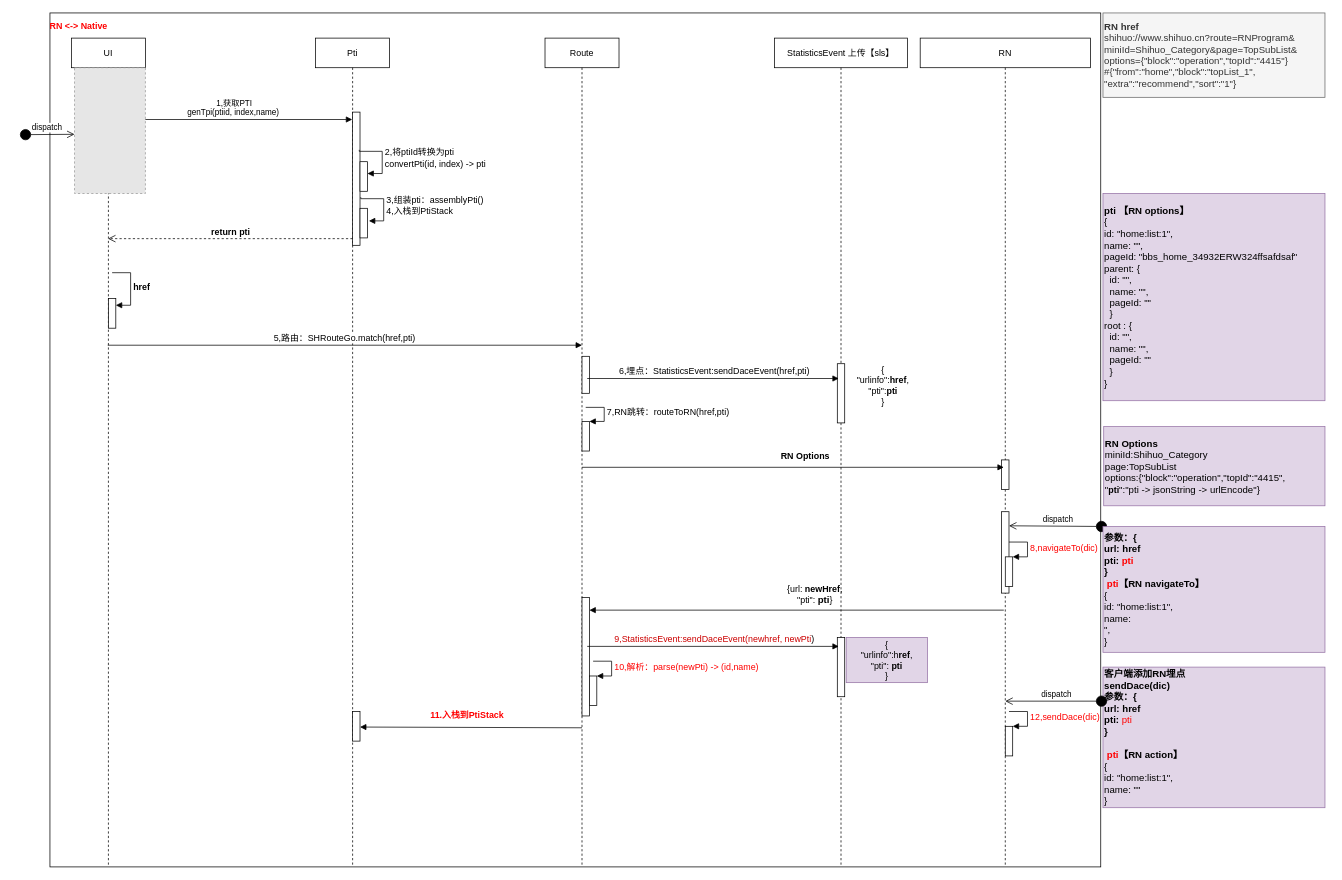
Before: ios客户端埋点方案V2-2.drawio in aiquantong/Hero, a draw.io diagram. Source tidied: cells renumbered, new cells numbered last; positions are measured from the earlier drawing's top-left corner, leaving out a move shared by most shapes. Both pictures are drawn from the tidied source at 74%, with x=0, y=0 at pixel (19, 13). Pictures stored in the file or linked from it are replaced by grey dashed boxes.
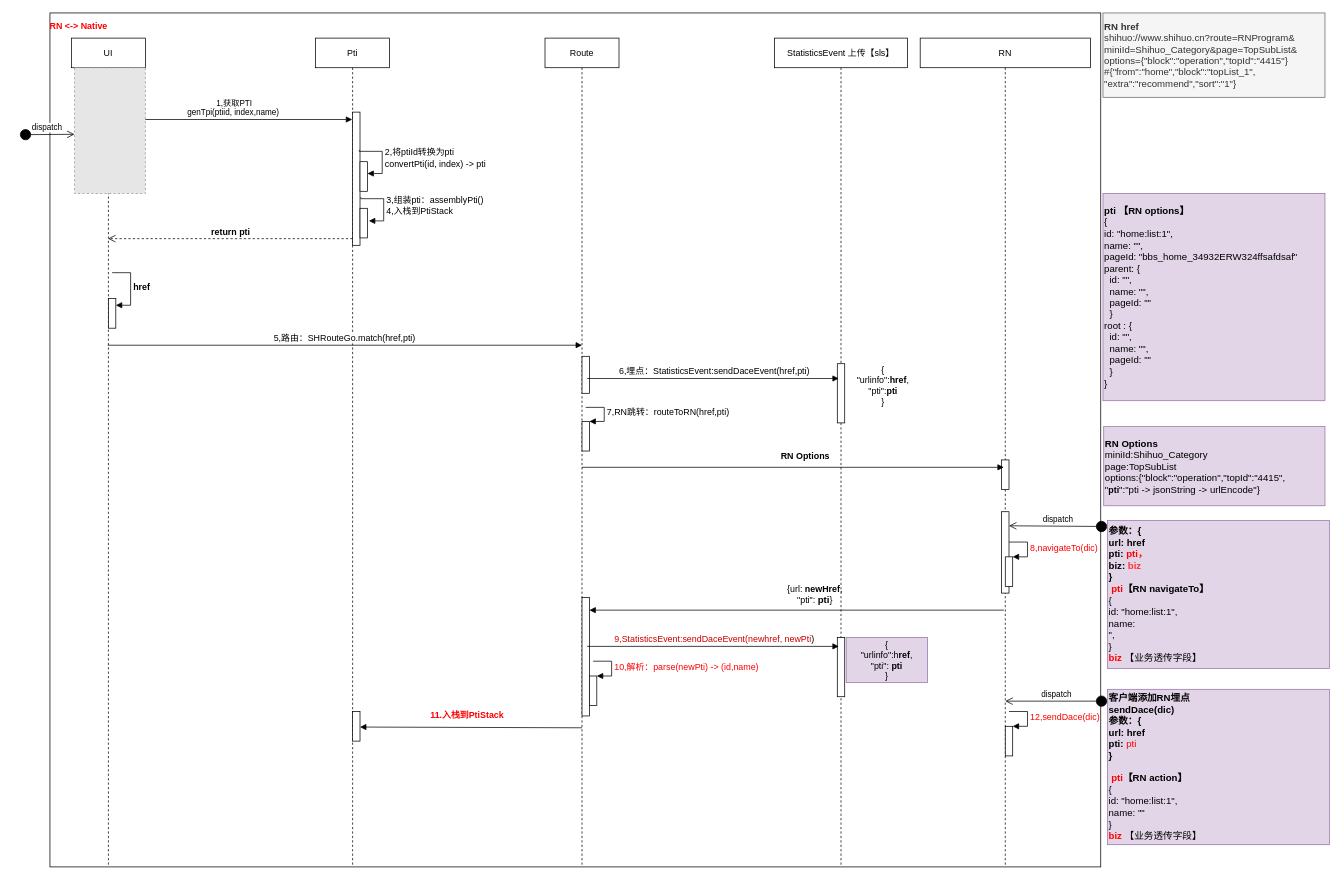
The same diagram, later.

Commit message:
Update ios客户端埋点方案V2-2.drawio

Change to the diagram source:
```diff
@@
-    <mxCell id="50" value="&lt;font style=&quot;font-size: 13px&quot;&gt;&lt;b&gt;参数：{&lt;br&gt;url: href&lt;br&gt;pti: &lt;font color=&quot;#ff0000&quot;&gt;pti&lt;/font&gt;&lt;br&gt;}&lt;/b&gt;&lt;b&gt;&lt;br&gt;&amp;nbsp;&lt;/b&gt;&lt;b&gt;&lt;font color=&quot;#ff0000&quot;&gt;pti&lt;/font&gt;&lt;/b&gt;&lt;b&gt;【RN navigateTo】&lt;/b&gt;&lt;b&gt;&lt;br&gt;&lt;/b&gt;&lt;/font&gt;&lt;div style=&quot;font-size: 13px&quot;&gt;&lt;div&gt;&lt;font style=&quot;font-size: 13px&quot;&gt;{&lt;br&gt;&lt;/font&gt;&lt;/div&gt;&lt;div&gt;&lt;div&gt;&lt;font style=&quot;font-size: 13px&quot;&gt;id: &quot;home:list:1&quot;,&lt;/font&gt;&lt;/div&gt;&lt;div&gt;&lt;font style=&quot;font-size: 13px&quot;&gt;name:&amp;nbsp;&lt;/font&gt;&lt;/div&gt;&lt;div&gt;&lt;font style=&quot;font-size: 13px&quot;&gt;&quot;,&lt;/font&gt;&lt;/div&gt;&lt;div&gt;&lt;font style=&quot;font-size: 13px&quot;&gt;}&lt;/font&gt;&lt;/div&gt;&lt;/div&gt;&lt;/div&gt;" style="text;html=1;strokeColor=#9673a6;fillColor=#e1d5e7;align=left;verticalAlign=middle;whiteSpace=wrap;rounded=0;fontSize=12;" parent="1" vertex="1">
-      <mxGeometry x="1464" y="694" width="300" height="170" as="geometry" />
+    <mxCell id="50" value="&lt;font style=&quot;font-size: 13px&quot;&gt;&lt;b&gt;参数：{&lt;br&gt;url: href&lt;br&gt;pti: &lt;font color=&quot;#ff0000&quot;&gt;pti，&lt;br&gt;&lt;/font&gt;biz: &lt;font color=&quot;#ff3333&quot;&gt;biz&lt;br&gt;&lt;/font&gt;}&lt;/b&gt;&lt;b&gt;&lt;br&gt;&amp;nbsp;&lt;/b&gt;&lt;b&gt;&lt;font color=&quot;#ff0000&quot;&gt;pti&lt;/font&gt;&lt;/b&gt;&lt;b&gt;【RN navigateTo】&lt;/b&gt;&lt;b&gt;&lt;br&gt;&lt;/b&gt;&lt;/font&gt;&lt;div style=&quot;font-size: 13px&quot;&gt;&lt;div&gt;&lt;font style=&quot;font-size: 13px&quot;&gt;{&lt;br&gt;&lt;/font&gt;&lt;/div&gt;&lt;div&gt;&lt;div&gt;&lt;font style=&quot;font-size: 13px&quot;&gt;id: &quot;home:list:1&quot;,&lt;/font&gt;&lt;/div&gt;&lt;div&gt;&lt;font style=&quot;font-size: 13px&quot;&gt;name:&amp;nbsp;&lt;/font&gt;&lt;/div&gt;&lt;div&gt;&lt;font style=&quot;font-size: 13px&quot;&gt;&quot;,&lt;/font&gt;&lt;/div&gt;&lt;div&gt;&lt;font style=&quot;font-size: 13px&quot;&gt;}&lt;/font&gt;&lt;/div&gt;&lt;/div&gt;&lt;div&gt;&lt;font style=&quot;font-size: 13px&quot;&gt;&lt;b&gt;&lt;font color=&quot;#ff0000&quot;&gt;biz&lt;/font&gt; &lt;/b&gt;【业务透传字段】&lt;/font&gt;&lt;/div&gt;&lt;/div&gt;" style="text;html=1;strokeColor=#9673a6;fillColor=#e1d5e7;align=left;verticalAlign=middle;whiteSpace=wrap;rounded=0;fontSize=12;" parent="1" vertex="1">
+      <mxGeometry x="1470" y="686" width="300" height="200" as="geometry" />
     </mxCell>
-    <mxCell id="51" value="&lt;font style=&quot;font-size: 13px&quot;&gt;&lt;b&gt;客户端添加RN埋点&lt;br&gt;sendDace(dic)&lt;br&gt;参数：{&lt;br&gt;url: href&lt;br&gt;pti: &lt;/b&gt;&lt;font color=&quot;#ff0000&quot;&gt;pti&lt;/font&gt;&lt;br&gt;&lt;b&gt;}&lt;/b&gt;&lt;br&gt;&lt;br&gt;&lt;b&gt;&amp;nbsp;&lt;font color=&quot;#ff0000&quot;&gt;pti&lt;/font&gt;【RN action】&lt;br&gt;&lt;/b&gt;&lt;/font&gt;&lt;div style=&quot;font-size: 13px&quot;&gt;&lt;div&gt;&lt;font style=&quot;font-size: 13px&quot;&gt;{&lt;br&gt;&lt;/font&gt;&lt;/div&gt;&lt;div&gt;&lt;div&gt;&lt;font style=&quot;font-size: 13px&quot;&gt;id: &quot;home:list:1&quot;,&lt;/font&gt;&lt;/div&gt;&lt;div&gt;&lt;font style=&quot;font-size: 13px&quot;&gt;name: &quot;&quot;&lt;/font&gt;&lt;/div&gt;&lt;div&gt;&lt;span&gt;}&lt;/span&gt;&lt;/div&gt;&lt;/div&gt;&lt;/div&gt;" style="text;html=1;strokeColor=#9673a6;fillColor=#e1d5e7;align=left;verticalAlign=middle;whiteSpace=wrap;rounded=0;fontSize=12;" parent="1" vertex="1">
-      <mxGeometry x="1464" y="884" width="300" height="190" as="geometry" />
+    <mxCell id="51" value="&lt;font style=&quot;font-size: 13px&quot;&gt;&lt;b&gt;客户端添加RN埋点&lt;br&gt;sendDace(dic)&lt;br&gt;参数：{&lt;br&gt;url: href&lt;br&gt;pti: &lt;/b&gt;&lt;font color=&quot;#ff0000&quot;&gt;pti&lt;/font&gt;&lt;br&gt;&lt;b&gt;}&lt;/b&gt;&lt;br&gt;&lt;br&gt;&lt;b&gt;&amp;nbsp;&lt;font color=&quot;#ff0000&quot;&gt;pti&lt;/font&gt;【RN action】&lt;br&gt;&lt;/b&gt;&lt;/font&gt;&lt;div style=&quot;font-size: 13px&quot;&gt;&lt;div&gt;&lt;font style=&quot;font-size: 13px&quot;&gt;{&lt;br&gt;&lt;/font&gt;&lt;/div&gt;&lt;div&gt;&lt;div&gt;&lt;font style=&quot;font-size: 13px&quot;&gt;id: &quot;home:list:1&quot;,&lt;/font&gt;&lt;/div&gt;&lt;div&gt;&lt;font style=&quot;font-size: 13px&quot;&gt;name: &quot;&quot;&lt;/font&gt;&lt;/div&gt;&lt;div&gt;&lt;span&gt;}&lt;/span&gt;&lt;/div&gt;&lt;/div&gt;&lt;div&gt;&lt;b&gt;&lt;font color=&quot;#ff0000&quot;&gt;biz&lt;/font&gt;&amp;nbsp;&lt;/b&gt;【业务透传字段】&lt;span&gt;&lt;br&gt;&lt;/span&gt;&lt;/div&gt;&lt;/div&gt;" style="text;html=1;strokeColor=#9673a6;fillColor=#e1d5e7;align=left;verticalAlign=middle;whiteSpace=wrap;rounded=0;fontSize=12;" parent="1" vertex="1">
+      <mxGeometry x="1470" y="914" width="300" height="210" as="geometry" />
     </mxCell>
```
